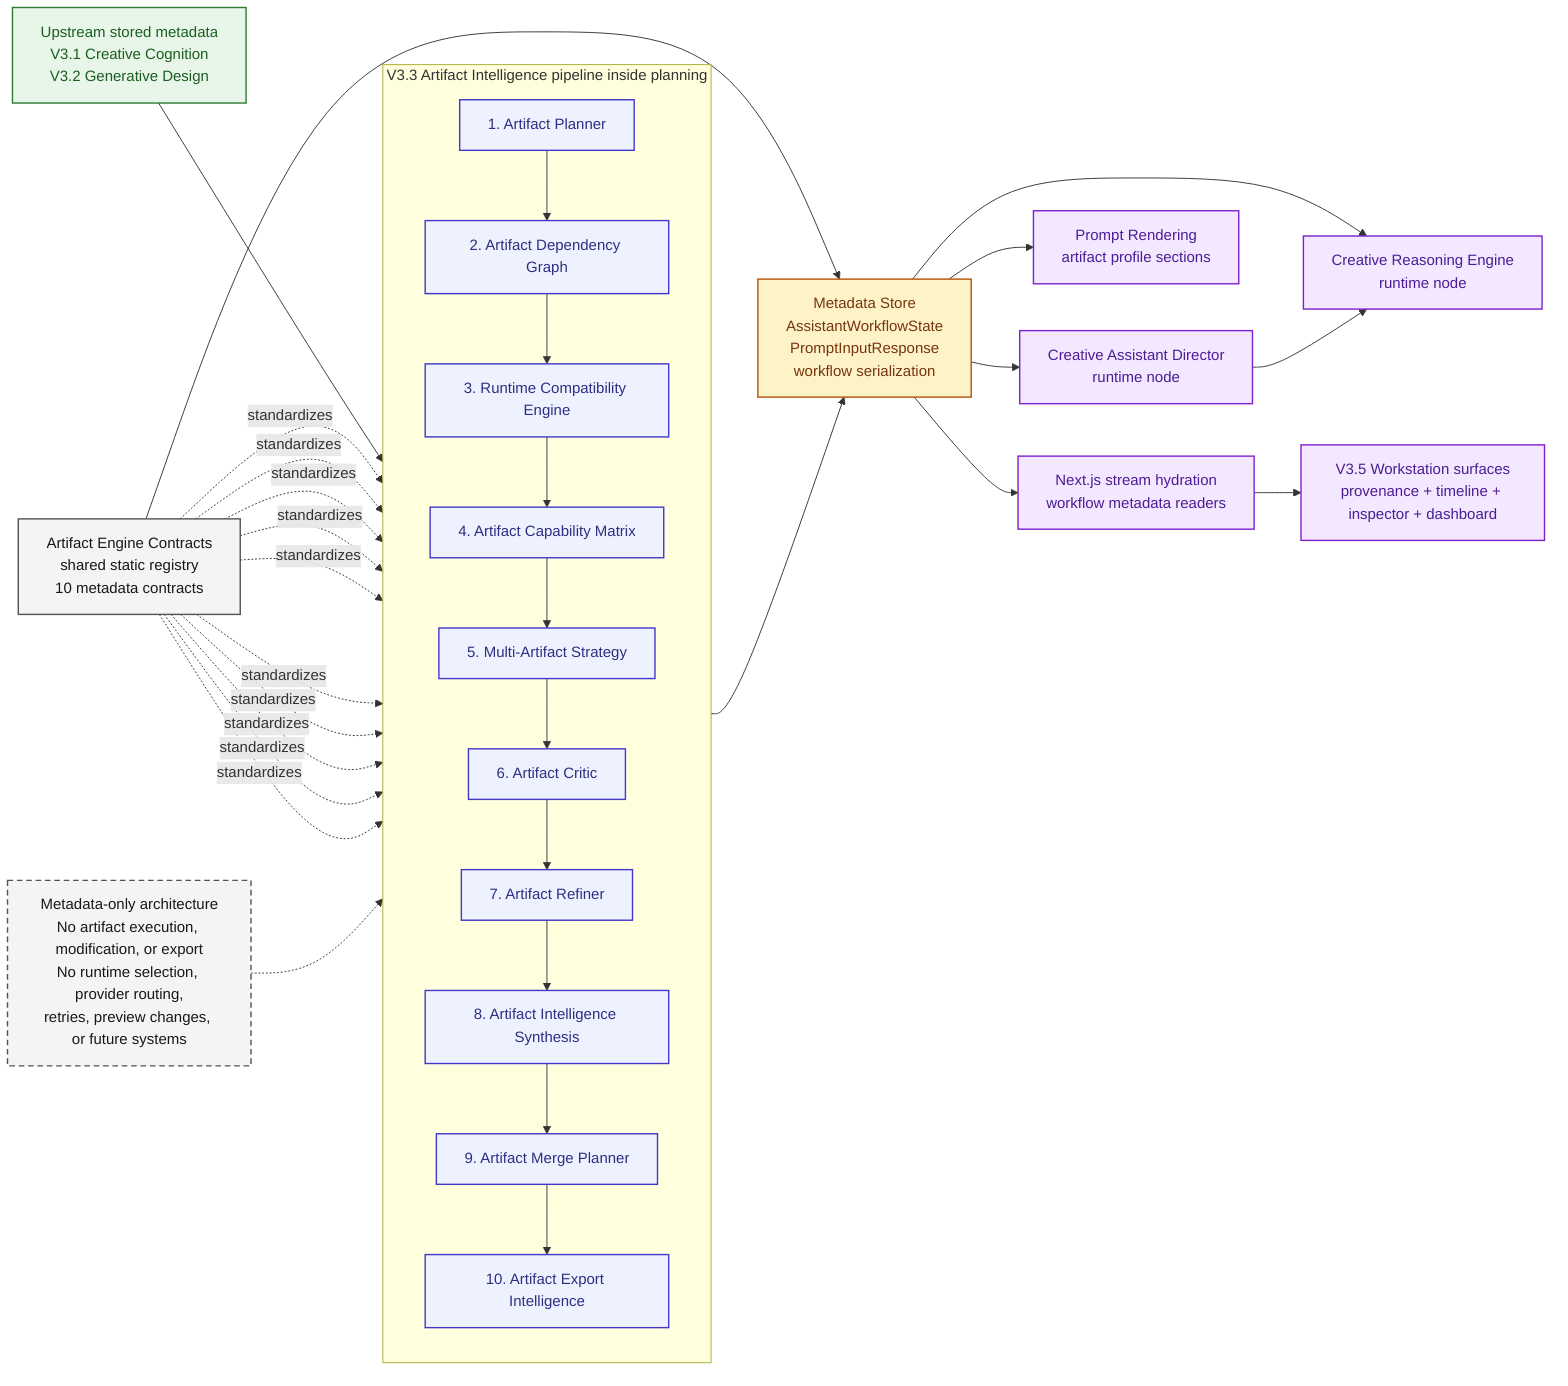
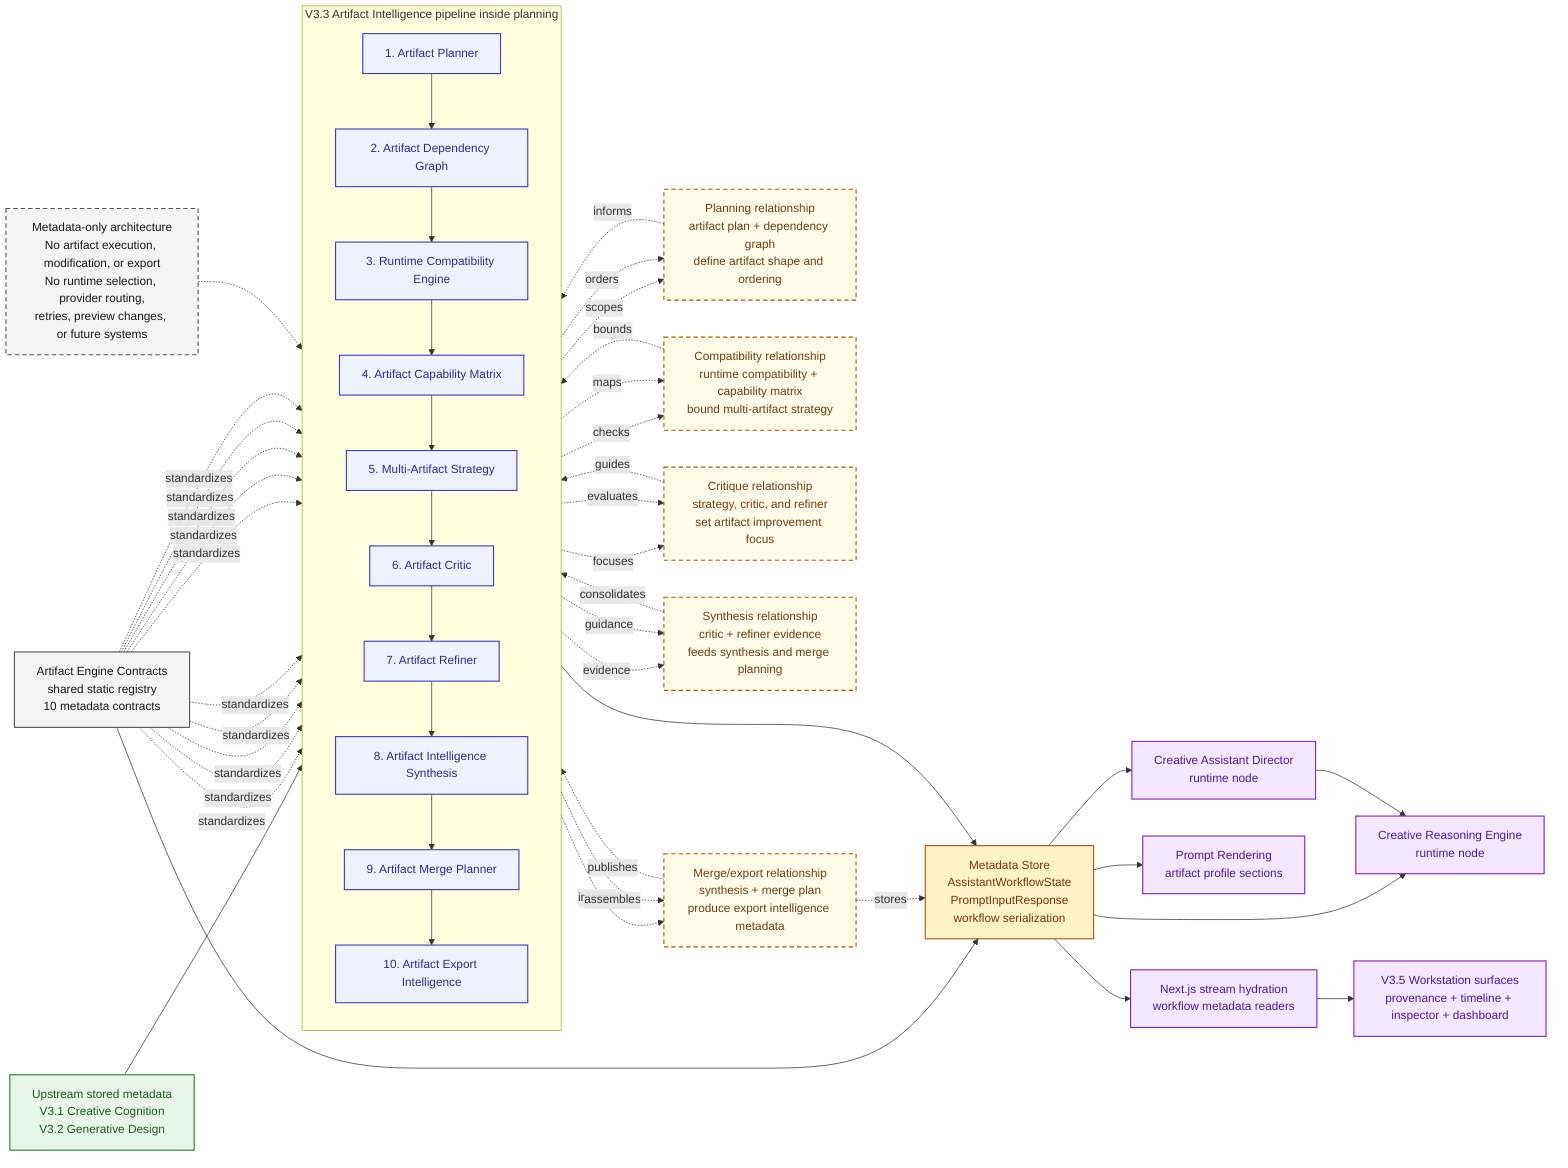
flowchart LR
    %% Class palette
    classDef upstream fill:#E8F5E9,stroke:#2E7D32,color:#1B5E20,stroke-width:1.5px;
    classDef artifact fill:#EEF2FF,stroke:#4338CA,color:#312E81,stroke-width:1.5px;
    classDef contract fill:#F4F4F5,stroke:#52525B,color:#18181B,stroke-width:1.5px;
    classDef store fill:#FEF3C7,stroke:#B45309,color:#78350F,stroke-width:1.5px;
    classDef consumer fill:#F3E8FF,stroke:#7E22CE,color:#4C1D95,stroke-width:1.5px;
    classDef note fill:#F4F4F5,stroke:#52525B,color:#18181B,stroke-width:1.5px,stroke-dasharray: 6 4;
+     classDef relationship fill:#FEFCE8,stroke:#A16207,color:#713F12,stroke-width:1.5px,stroke-dasharray: 6 4;

    upstream["Upstream stored metadata<br/>V3.1 Creative Cognition<br/>V3.2 Generative Design"]:::upstream

    %% Artifact intelligence pipeline
    subgraph artifact_stack["V3.3 Artifact Intelligence pipeline inside planning"]
        direction TB
        planner["1. Artifact Planner"]:::artifact
        dependency["2. Artifact Dependency Graph"]:::artifact
        runtime["3. Runtime Compatibility Engine"]:::artifact
        capability["4. Artifact Capability Matrix"]:::artifact
        strategy["5. Multi-Artifact Strategy"]:::artifact
        critic["6. Artifact Critic"]:::artifact
        refiner["7. Artifact Refiner"]:::artifact
        synthesis["8. Artifact Intelligence Synthesis"]:::artifact
        merge["9. Artifact Merge Planner"]:::artifact
        export["10. Artifact Export Intelligence"]:::artifact
    end

    %% Shared contracts and consumers
    contracts["Artifact Engine Contracts<br/>shared static registry<br/>10 metadata contracts"]:::contract
    store["Metadata Store<br/>AssistantWorkflowState<br/>PromptInputResponse<br/>workflow serialization"]:::store
    director["Creative Assistant Director<br/>runtime node"]:::consumer
    reasoning["Creative Reasoning Engine<br/>runtime node"]:::consumer
    prompt["Prompt Rendering<br/>artifact profile sections"]:::consumer
    stream["Next.js stream hydration<br/>workflow metadata readers"]:::consumer
    workstation["V3.5 Workstation surfaces<br/>provenance + timeline + inspector + dashboard"]:::consumer
    note["Metadata-only architecture<br/>No artifact execution, modification, or export<br/>No runtime selection, provider routing,<br/>retries, preview changes, or future systems"]:::note
+     planning_boundary["Planning relationship<br/>artifact plan + dependency graph<br/>define artifact shape and ordering"]:::relationship
+     compatibility_boundary["Compatibility relationship<br/>runtime compatibility + capability matrix<br/>bound multi-artifact strategy"]:::relationship
+     critique_boundary["Critique relationship<br/>strategy, critic, and refiner<br/>set artifact improvement focus"]:::relationship
+     synthesis_boundary["Synthesis relationship<br/>critic + refiner evidence<br/>feeds synthesis and merge planning"]:::relationship
+     export_boundary["Merge/export relationship<br/>synthesis + merge plan<br/>produce export intelligence metadata"]:::relationship

    %% Pipeline order
    upstream --> planner --> dependency --> runtime --> capability --> strategy --> critic --> refiner --> synthesis --> merge --> export

    %% Contract coverage
    contracts -. standardizes .-> planner
    contracts -. standardizes .-> dependency
    contracts -. standardizes .-> runtime
    contracts -. standardizes .-> capability
    contracts -. standardizes .-> strategy
    contracts -. standardizes .-> critic
    contracts -. standardizes .-> refiner
    contracts -. standardizes .-> synthesis
    contracts -. standardizes .-> merge
    contracts -. standardizes .-> export

    %% Metadata consumers
    export --> store
    contracts --> store
    store --> director
    store --> reasoning
    store --> prompt
    store --> stream
    stream --> workstation
    director --> reasoning
    note -.-> artifact_stack
+ 
+     %% Relationship annotations
+     planner -. scopes .-> planning_boundary
+     dependency -. orders .-> planning_boundary
+     planning_boundary -. informs .-> runtime
+     runtime -. checks .-> compatibility_boundary
+     capability -. maps .-> compatibility_boundary
+     compatibility_boundary -. bounds .-> strategy
+     strategy -. focuses .-> critique_boundary
+     critic -. evaluates .-> critique_boundary
+     critique_boundary -. guides .-> refiner
+     critic -. evidence .-> synthesis_boundary
+     refiner -. guidance .-> synthesis_boundary
+     synthesis_boundary -. consolidates .-> synthesis
+     synthesis -. informs .-> export_boundary
+     merge -. assembles .-> export_boundary
+     export_boundary -. publishes .-> export
+     export_boundary -. stores .-> store
